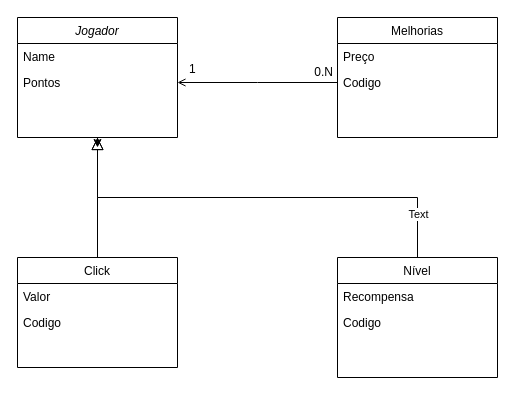
Above: Diagrama sem nome.drawio in t4rsss/ClickerGamer-React (draw.io), before the change. Source tidied: cells renumbered, new cells numbered last; positions are measured from the earlier drawing's top-left corner, leaving out a move shared by most shapes. Both pictures are drawn from the tidied source at 100%, with x=0, y=0 at pixel (17, 17).
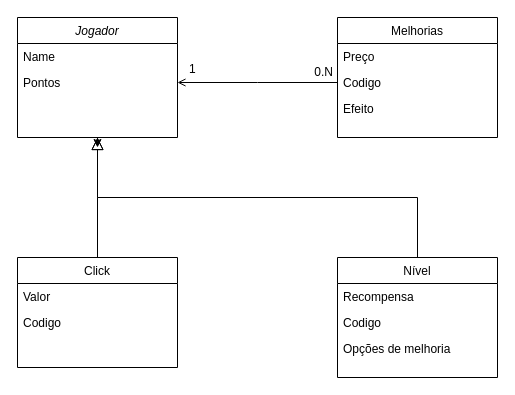
Above is the later version.

Unchanged cells that the change refers to:
```xml
<mxCell id="10" value="Nível" style="swimlane;fontStyle=0;align=center;verticalAlign=top;horizontal=1;startSize=26;rounded=0;shadow=0;strokeWidth=1;" parent="1" vertex="1">
  <mxGeometry x="320" y="240" width="160" height="120" as="geometry" />
</mxCell>
<mxCell id="13" style="endArrow=block;endSize=10;endFill=0;shadow=0;strokeWidth=1;rounded=0;curved=0;edgeStyle=elbowEdgeStyle;elbow=vertical;" parent="1" edge="1" source="10" target="3">
  <mxGeometry relative="1" as="geometry" />
</mxCell>
<mxCell id="15" value="Melhorias" style="swimlane;fontStyle=0;align=center;verticalAlign=top;horizontal=1;startSize=26;rounded=0;shadow=0;strokeWidth=1;" parent="1" vertex="1">
  <mxGeometry x="320" width="160" height="120" as="geometry" />
</mxCell>
```

What changed in the source:
```diff
@@
+    <mxCell id="21" value="Opções de melhoria" style="text;align=left;verticalAlign=top;spacingLeft=4;spacingRight=4;overflow=hidden;rounded=0;shadow=0;html=0;" parent="10" vertex="1">
+      <mxGeometry y="78" width="160" height="26" as="geometry" />
+    </mxCell>
@@
-    <mxCell id="14" value="Text" style="edgeLabel;html=1;align=center;verticalAlign=middle;" parent="13" vertex="1">
-      <mxGeometry x="-0.8" relative="1" as="geometry" />
-    </mxCell>
@@
+    <mxCell id="22" value="Efeito" style="text;align=left;verticalAlign=top;spacingLeft=4;spacingRight=4;overflow=hidden;rounded=0;shadow=0;html=0;" parent="15" vertex="1">
+      <mxGeometry y="78" width="160" height="26" as="geometry" />
+    </mxCell>
```
